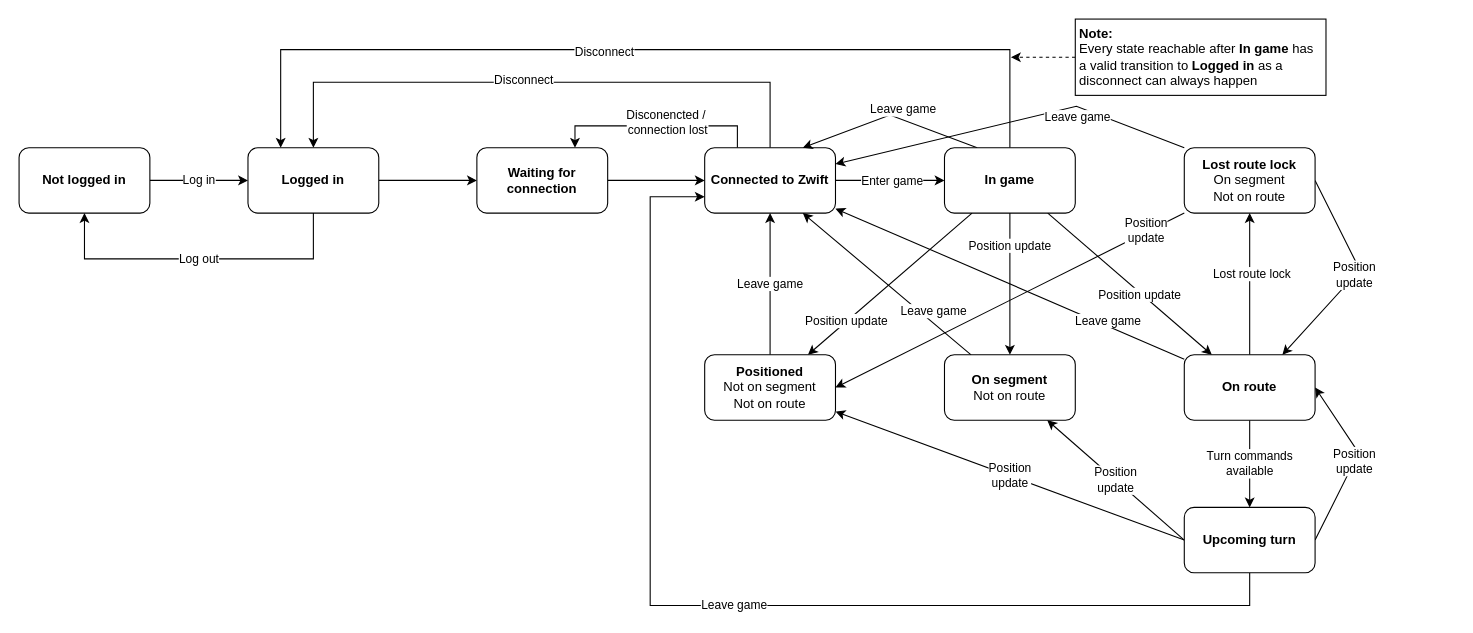
This is GameStates.drawio from sandermvanvliet/RoadCaptain, a draw.io file, before an edit. Source tidied: cells renumbered, new cells numbered last; positions are measured from the earlier drawing's top-left corner, leaving out a move shared by most shapes. Both pictures are drawn from the tidied source at 109%, with x=0, y=0 at pixel (19, 19).
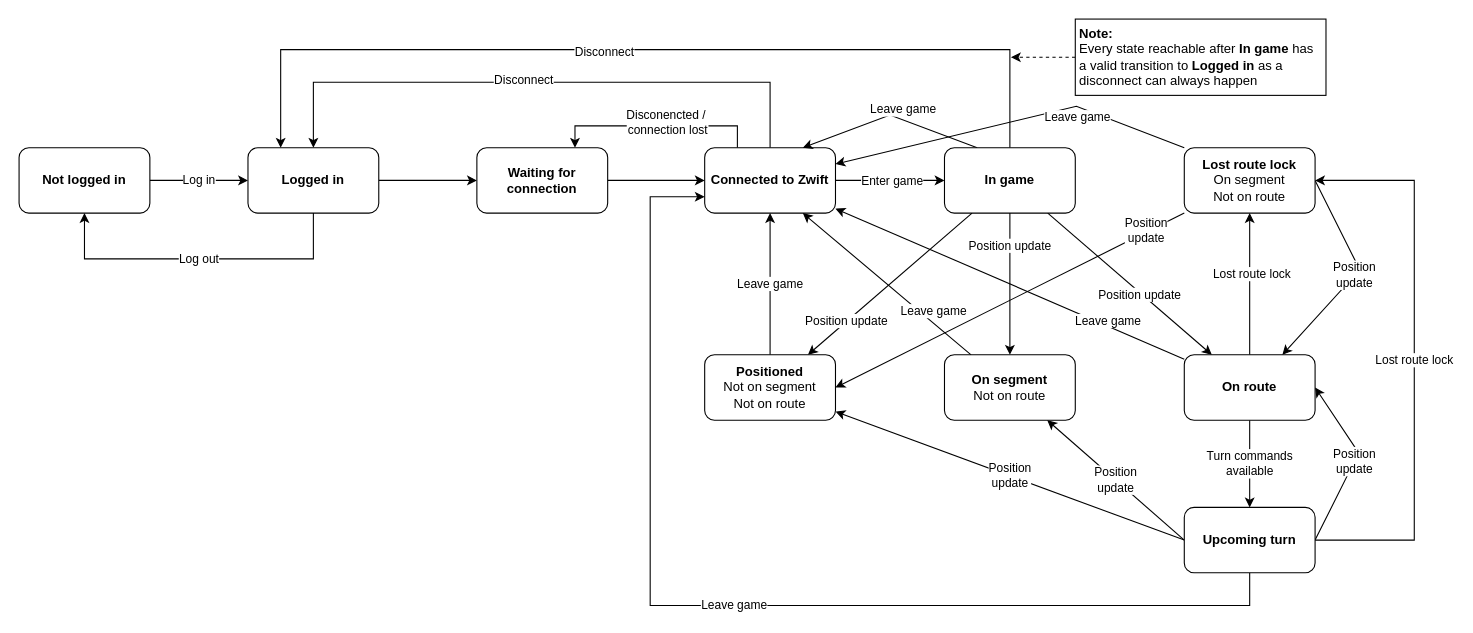
The same page after the edit.

Unchanged cells that the change refers to:
```xml
<mxCell id="36" value="Upcoming turn" style="whiteSpace=wrap;html=1;rounded=1;fontStyle=1;" parent="1" vertex="1">
  <mxGeometry x="1069" y="448" width="120" height="60" as="geometry" />
</mxCell>
<mxCell id="45" value="&lt;b&gt;Lost route lock&lt;/b&gt;&lt;br&gt;On segment&lt;br&gt;Not on route" style="whiteSpace=wrap;html=1;rounded=1;" parent="1" vertex="1">
  <mxGeometry x="1069" y="118" width="120" height="60" as="geometry" />
</mxCell>
```

Diff of the diagram source:
```diff
@@
+    <mxCell id="46" value="Lost route lock" style="edgeStyle=orthogonalEdgeStyle;rounded=0;jettySize=auto;html=1;" parent="1" edge="1" source="36" target="45">
+      <mxGeometry relative="1" as="geometry">
+        <Array as="points">
+          <mxPoint x="1280" y="478" />
+          <mxPoint x="1280" y="148" />
+        </Array>
+      </mxGeometry>
+    </mxCell>
```
